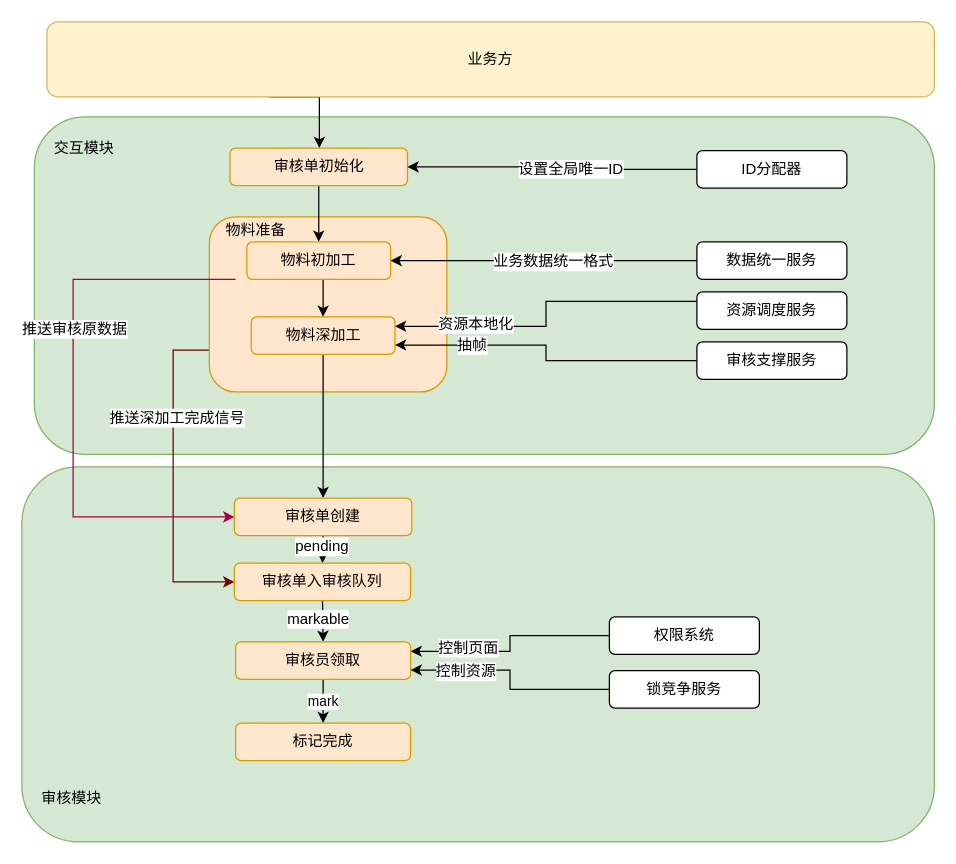
Before: Untitled Diagram.drawio in Daniel-lw/drawIo, a draw.io diagram. Source tidied: cells renumbered, new cells numbered last; positions are measured from the earlier drawing's top-left corner, leaving out a move shared by most shapes. Both pictures are drawn from the tidied source at 125%, with x=0, y=0 at pixel (21, 21).
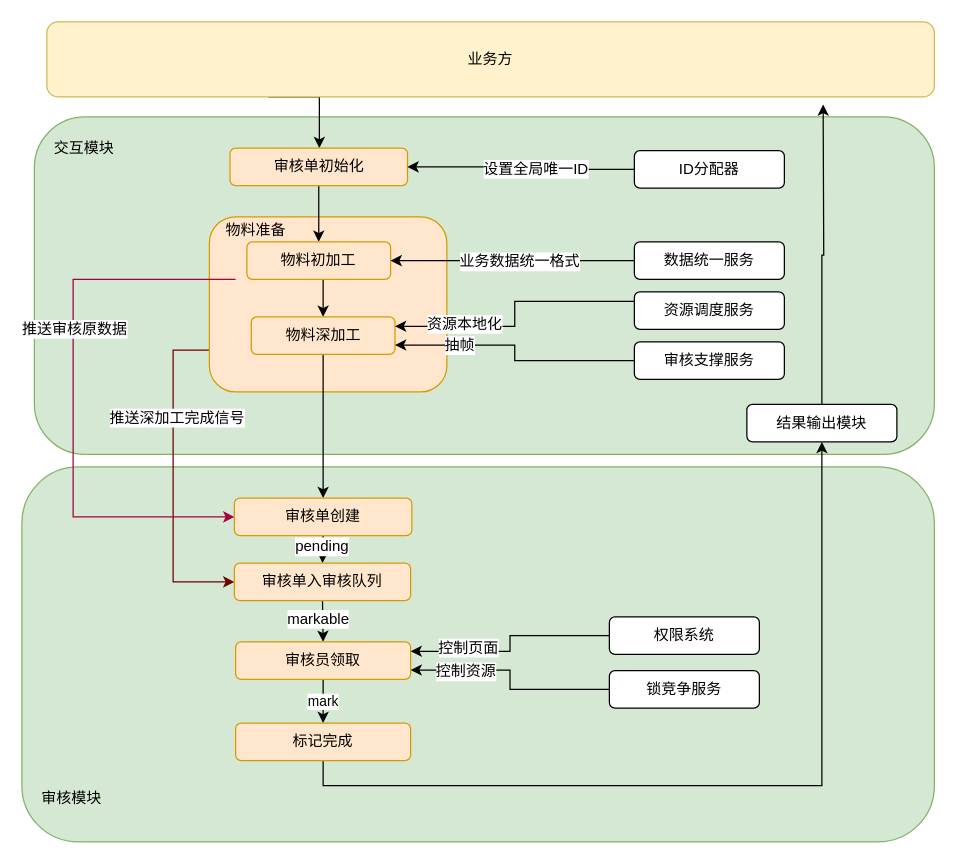
Above is the later version.

Unchanged cells that the change refers to:
```xml
<mxCell id="38" value="标记完成" style="rounded=1;whiteSpace=wrap;html=1;fillColor=#ffe6cc;strokeColor=#d79b00;" parent="1" vertex="1">
  <mxGeometry x="171" y="561" width="140" height="30" as="geometry" />
</mxCell>
```

Change to the diagram source:
```diff
@@
     <mxCell id="13" value="ID分配器" style="rounded=1;whiteSpace=wrap;html=1;" parent="1" vertex="1">
-      <mxGeometry x="540" y="103" width="120" height="30" as="geometry" />
+      <mxGeometry x="490" y="103" width="120" height="30" as="geometry" />
     </mxCell>
@@
     <mxCell id="20" value="数据统一服务" style="rounded=1;whiteSpace=wrap;html=1;" parent="1" vertex="1">
-      <mxGeometry x="540" y="176" width="120" height="30" as="geometry" />
+      <mxGeometry x="490" y="176" width="120" height="30" as="geometry" />
     </mxCell>
@@
     <mxCell id="25" value="资源调度服务" style="rounded=1;whiteSpace=wrap;html=1;" parent="1" vertex="1">
-      <mxGeometry x="540" y="216" width="120" height="30" as="geometry" />
+      <mxGeometry x="490" y="216" width="120" height="30" as="geometry" />
     </mxCell>
@@
     <mxCell id="28" value="审核支撑服务" style="rounded=1;whiteSpace=wrap;html=1;" parent="1" vertex="1">
-      <mxGeometry x="540" y="256" width="120" height="30" as="geometry" />
+      <mxGeometry x="490" y="256" width="120" height="30" as="geometry" />
     </mxCell>
@@
+    <mxCell id="47" style="edgeStyle=orthogonalEdgeStyle;rounded=0;jettySize=auto;html=1;exitX=0.5;exitY=1;exitDx=0;exitDy=0;entryX=0.5;entryY=1;entryDx=0;entryDy=0;" parent="1" edge="1" source="38" target="49">
+      <mxGeometry relative="1" as="geometry" />
+    </mxCell>
@@
+    <mxCell id="48" style="edgeStyle=orthogonalEdgeStyle;rounded=0;jettySize=auto;html=1;exitX=0.5;exitY=0;exitDx=0;exitDy=0;" parent="1" edge="1" source="49">
+      <mxGeometry relative="1" as="geometry">
+        <mxPoint x="641" y="66" as="targetPoint" />
+      </mxGeometry>
+    </mxCell>
+    <mxCell id="49" value="结果输出模块" style="rounded=1;whiteSpace=wrap;html=1;" parent="1" vertex="1">
+      <mxGeometry x="580" y="306" width="120" height="30" as="geometry" />
+    </mxCell>
```
